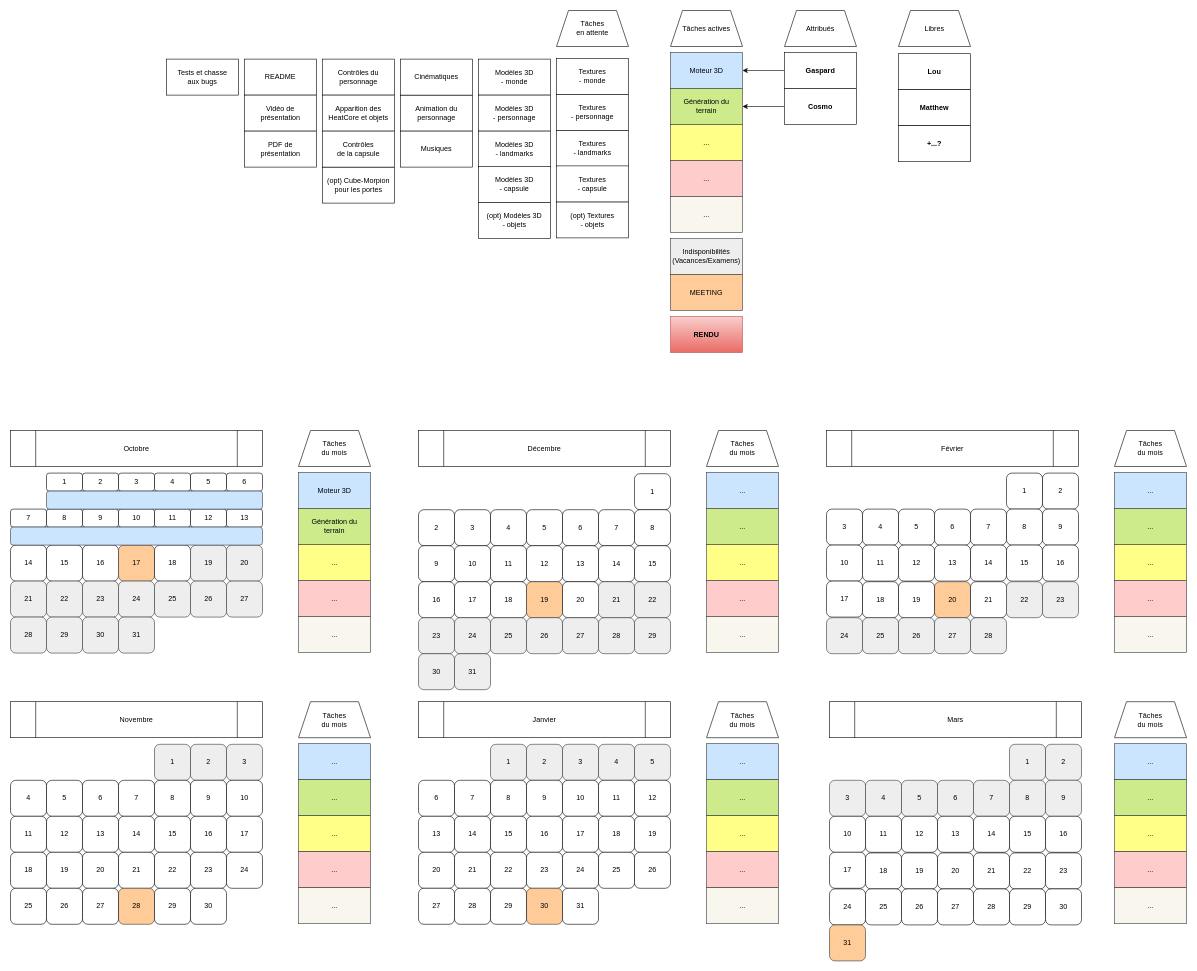
Before: EDT_HeatCore.drawio in Scrollwarden/heatcore-project, a draw.io diagram. Source tidied: cells renumbered, new cells numbered last; positions are measured from the earlier drawing's top-left corner, leaving out a move shared by most shapes. Both pictures are drawn from the tidied source at 60%, with x=0, y=0 at pixel (10, 10).
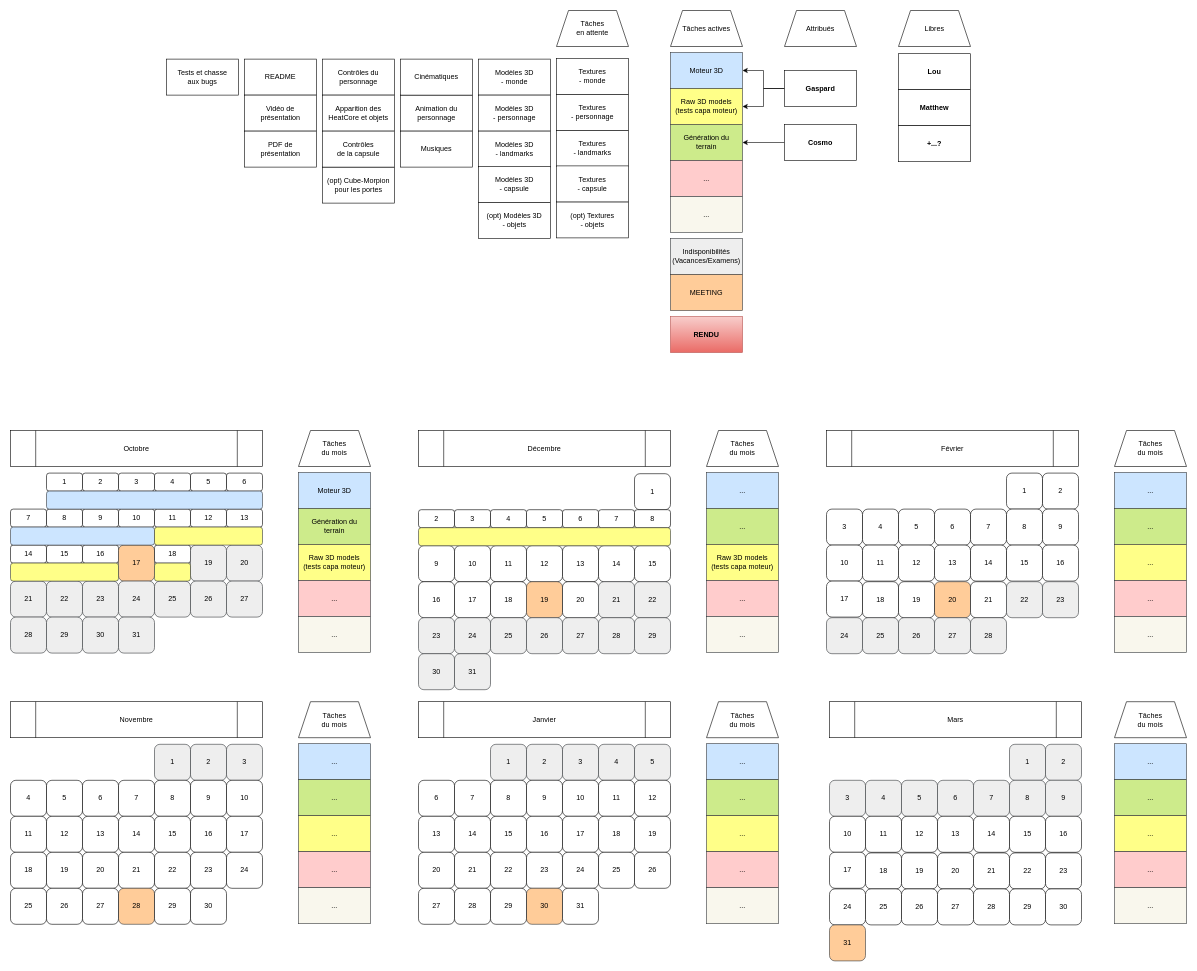
After the change.

Commit message:
EDT - added Gaspard tasks for October

What changed in the source:
```diff
@@
     <mxCell id="15" value="16" style="rounded=1;whiteSpace=wrap;html=1;" parent="1" vertex="1">
-      <mxGeometry x="120" y="891" width="60" height="60" as="geometry" />
+      <mxGeometry x="120" y="891" width="60" height="30" as="geometry" />
     </mxCell>
@@
     <mxCell id="17" value="18" style="rounded=1;whiteSpace=wrap;html=1;" parent="1" vertex="1">
-      <mxGeometry x="240" y="891" width="60" height="60" as="geometry" />
+      <mxGeometry x="240" y="891" width="60" height="30" as="geometry" />
     </mxCell>
@@
     <mxCell id="21" value="14" style="rounded=1;whiteSpace=wrap;html=1;" parent="1" vertex="1">
-      <mxGeometry y="891" width="60" height="60" as="geometry" />
+      <mxGeometry y="891" width="60" height="30" as="geometry" />
     </mxCell>
     <mxCell id="22" value="15" style="rounded=1;whiteSpace=wrap;html=1;" parent="1" vertex="1">
-      <mxGeometry x="60" y="891" width="60" height="60" as="geometry" />
+      <mxGeometry x="60" y="891" width="60" height="30" as="geometry" />
     </mxCell>
@@
     <mxCell id="60" value="&lt;div&gt;Génération du&lt;/div&gt;&lt;div&gt;terrain&lt;br&gt;&lt;/div&gt;" style="rounded=0;whiteSpace=wrap;html=1;fillColor=#cdeb8b;strokeColor=#36393d;fontStyle=0;" parent="1" vertex="1">
-      <mxGeometry x="1100" y="130" width="120" height="60" as="geometry" />
+      <mxGeometry x="1100" y="190" width="120" height="60" as="geometry" />
     </mxCell>
-    <mxCell id="61" value="..." style="rounded=0;whiteSpace=wrap;html=1;fillColor=#ffff88;strokeColor=#36393d;fontStyle=0;" parent="1" vertex="1">
-      <mxGeometry x="1100" y="190" width="120" height="60" as="geometry" />
+    <mxCell id="61" value="&lt;div&gt;Raw 3D models&lt;/div&gt;(tests capa moteur)" style="rounded=0;whiteSpace=wrap;html=1;fillColor=#ffff88;strokeColor=#36393d;fontStyle=0;" parent="1" vertex="1">
+      <mxGeometry x="1100" y="130" width="120" height="60" as="geometry" />
     </mxCell>
@@
     <mxCell id="75" value="2" style="rounded=1;whiteSpace=wrap;html=1;" parent="1" vertex="1">
-      <mxGeometry x="680" y="832" width="60" height="60" as="geometry" />
+      <mxGeometry x="680" y="832" width="60" height="30" as="geometry" />
     </mxCell>
     <mxCell id="76" value="3" style="rounded=1;whiteSpace=wrap;html=1;" parent="1" vertex="1">
-      <mxGeometry x="740" y="832" width="60" height="60" as="geometry" />
+      <mxGeometry x="740" y="832" width="60" height="30" as="geometry" />
     </mxCell>
     <mxCell id="77" value="4" style="rounded=1;whiteSpace=wrap;html=1;" parent="1" vertex="1">
-      <mxGeometry x="800" y="832" width="60" height="60" as="geometry" />
+      <mxGeometry x="800" y="832" width="60" height="30" as="geometry" />
     </mxCell>
     <mxCell id="78" value="5" style="rounded=1;whiteSpace=wrap;html=1;" parent="1" vertex="1">
-      <mxGeometry x="860" y="832" width="60" height="60" as="geometry" />
+      <mxGeometry x="860" y="832" width="60" height="30" as="geometry" />
     </mxCell>
     <mxCell id="79" value="6" style="rounded=1;whiteSpace=wrap;html=1;" parent="1" vertex="1">
-      <mxGeometry x="920" y="832" width="60" height="60" as="geometry" />
+      <mxGeometry x="920" y="832" width="60" height="30" as="geometry" />
     </mxCell>
     <mxCell id="80" value="7" style="rounded=1;whiteSpace=wrap;html=1;" parent="1" vertex="1">
-      <mxGeometry x="980" y="832" width="60" height="60" as="geometry" />
+      <mxGeometry x="980" y="832" width="60" height="30" as="geometry" />
     </mxCell>
     <mxCell id="81" value="8" style="rounded=1;whiteSpace=wrap;html=1;" parent="1" vertex="1">
-      <mxGeometry x="1040" y="832" width="60" height="60" as="geometry" />
+      <mxGeometry x="1040" y="832" width="60" height="30" as="geometry" />
     </mxCell>
@@
     <mxCell id="137" value="Cosmo" style="rounded=0;whiteSpace=wrap;html=1;fontStyle=1;" parent="1" vertex="1">
-      <mxGeometry x="1290" y="130" width="120" height="60" as="geometry" />
+      <mxGeometry x="1290" y="190" width="120" height="60" as="geometry" />
     </mxCell>
@@
+    <mxCell id="268" style="edgeStyle=orthogonalEdgeStyle;rounded=0;jettySize=auto;html=1;entryX=1;entryY=0.5;entryDx=0;entryDy=0;" parent="1" edge="1" source="139" target="61">
+      <mxGeometry relative="1" as="geometry" />
+    </mxCell>
     <mxCell id="139" value="Gaspard" style="rounded=0;whiteSpace=wrap;html=1;fontStyle=1;" parent="1" vertex="1">
-      <mxGeometry x="1290" y="70" width="120" height="60" as="geometry" />
+      <mxGeometry x="1290" y="100" width="120" height="60" as="geometry" />
     </mxCell>
@@
-    <mxCell id="229" value="..." style="rounded=0;whiteSpace=wrap;html=1;fillColor=#ffff88;strokeColor=#36393d;fontStyle=0;" parent="1" vertex="1">
+    <mxCell id="229" value="&lt;div&gt;Raw 3D models&lt;/div&gt;(tests capa moteur)" style="rounded=0;whiteSpace=wrap;html=1;fillColor=#ffff88;strokeColor=#36393d;fontStyle=0;" parent="1" vertex="1">
       <mxGeometry x="480" y="890" width="120" height="60" as="geometry" />
     </mxCell>
@@
-    <mxCell id="241" value="..." style="rounded=0;whiteSpace=wrap;html=1;fillColor=#ffff88;strokeColor=#36393d;fontStyle=0;" parent="1" vertex="1">
+    <mxCell id="241" value="&lt;div&gt;Raw 3D models&lt;/div&gt;(tests capa moteur)" style="rounded=0;whiteSpace=wrap;html=1;fillColor=#ffff88;strokeColor=#36393d;fontStyle=0;" parent="1" vertex="1">
       <mxGeometry x="1160" y="890" width="120" height="60" as="geometry" />
     </mxCell>
@@
     <mxCell id="267" style="rounded=1;whiteSpace=wrap;html=1;fillColor=#cce5ff;strokeColor=#36393d;" parent="1" vertex="1">
-      <mxGeometry y="861" width="420" height="30" as="geometry" />
+      <mxGeometry y="861" width="240" height="30" as="geometry" />
     </mxCell>
+    <mxCell id="269" style="rounded=1;whiteSpace=wrap;html=1;fillColor=#ffff88;strokeColor=#36393d;" parent="1" vertex="1">
+      <mxGeometry x="240" y="861" width="180" height="30" as="geometry" />
+    </mxCell>
+    <mxCell id="270" style="rounded=1;whiteSpace=wrap;html=1;fillColor=#ffff88;strokeColor=#36393d;" parent="1" vertex="1">
+      <mxGeometry y="921" width="180" height="30" as="geometry" />
+    </mxCell>
+    <mxCell id="271" style="rounded=1;whiteSpace=wrap;html=1;fillColor=#ffff88;strokeColor=#36393d;" parent="1" vertex="1">
+      <mxGeometry x="240" y="921" width="60" height="30" as="geometry" />
+    </mxCell>
+    <mxCell id="272" style="rounded=1;whiteSpace=wrap;html=1;fillColor=#ffff88;strokeColor=#36393d;" parent="1" vertex="1">
+      <mxGeometry x="680" y="862" width="420" height="30" as="geometry" />
+    </mxCell>
```
